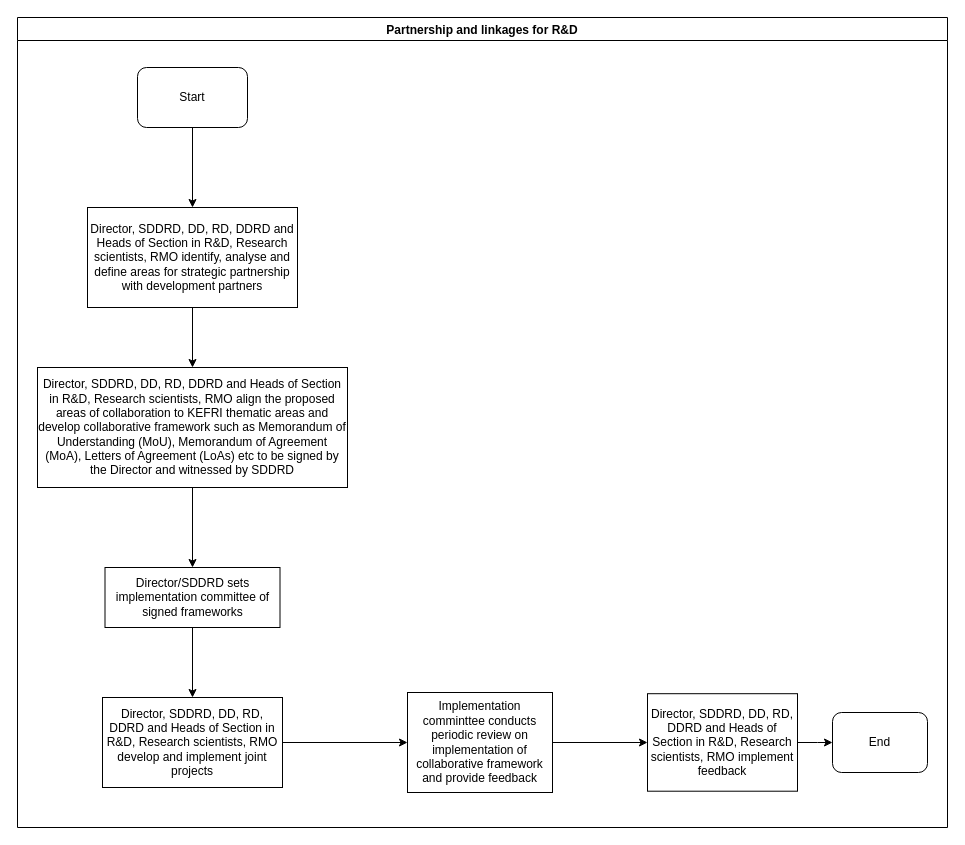
This is KEFRI-R&D-Partnership and linkages for R&D.drawio from kmagua/flowcharts, a draw.io file, before an edit. Source tidied: cells renumbered, new cells numbered last; positions are measured from the earlier drawing's top-left corner, leaving out a move shared by most shapes. Both pictures are drawn from the tidied source at 100%, with x=0, y=0 at pixel (17, 17).
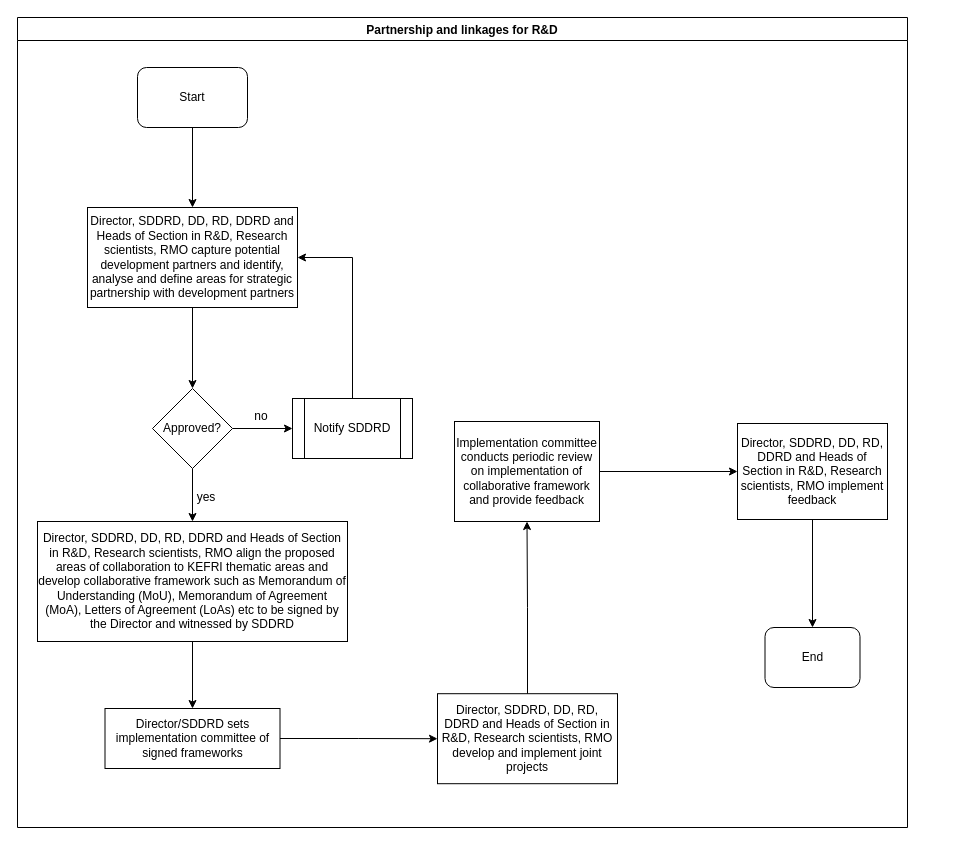
The same page after the edit.

Change to the diagram source:
```diff
@@
     <mxCell id="2" value="Partnership and linkages for R&amp;D" style="swimlane;" parent="1" vertex="1">
-      <mxGeometry width="930" height="810" as="geometry" />
+      <mxGeometry width="890" height="810" as="geometry" />
     </mxCell>
@@
-    <mxCell id="4" value="Director, SDDRD, DD, RD, DDRD and Heads of Section in R&amp;amp;D, Research scientists, RMO identify, analyse and define areas for strategic partnership with development partners" style="rounded=0;whiteSpace=wrap;html=1;" parent="2" vertex="1">
+    <mxCell id="4" value="Director, SDDRD, DD, RD, DDRD and Heads of Section in R&amp;amp;D, Research scientists, RMO capture potential development partners and identify, analyse and define areas for strategic partnership with development partners" style="rounded=0;whiteSpace=wrap;html=1;" parent="2" vertex="1">
       <mxGeometry x="70" y="190" width="210" height="100" as="geometry" />
     </mxCell>
@@
     <mxCell id="6" value="Director, SDDRD, DD, RD, DDRD and Heads of Section in R&amp;amp;D, Research scientists, RMO align the proposed areas of collaboration to KEFRI thematic areas and develop collaborative framework such as Memorandum of Understanding (MoU), Memorandum of Agreement (MoA), Letters of Agreement (LoAs) etc to be signed by the Director and witnessed by SDDRD" style="whiteSpace=wrap;html=1;rounded=0;" parent="2" vertex="1">
-      <mxGeometry x="20" y="350" width="310" height="120" as="geometry" />
+      <mxGeometry x="20" y="504" width="310" height="120" as="geometry" />
     </mxCell>
-    <mxCell id="7" style="edgeStyle=orthogonalEdgeStyle;rounded=0;jettySize=auto;html=1;" parent="2" edge="1" source="4" target="6">
-      <mxGeometry relative="1" as="geometry" />
-    </mxCell>
     <mxCell id="8" value="Director/SDDRD sets implementation committee of signed frameworks" style="whiteSpace=wrap;html=1;rounded=0;" parent="2" vertex="1">
-      <mxGeometry x="87.5" y="550" width="175" height="60" as="geometry" />
+      <mxGeometry x="87.5" y="691" width="175" height="60" as="geometry" />
     </mxCell>
@@
     <mxCell id="10" value="Director, SDDRD, DD, RD, DDRD and Heads of Section in R&amp;amp;D, Research scientists, RMO develop and implement joint projects" style="whiteSpace=wrap;html=1;rounded=0;" parent="2" vertex="1">
-      <mxGeometry x="85" y="680" width="180" height="90" as="geometry" />
+      <mxGeometry x="420" y="676.2" width="180" height="90" as="geometry" />
     </mxCell>
@@
-    <mxCell id="12" value="Implementation comminttee conducts periodic review on implementation of collaborative framework and provide feedback" style="whiteSpace=wrap;html=1;rounded=0;" parent="2" vertex="1">
-      <mxGeometry x="390" y="675" width="145" height="100" as="geometry" />
+    <mxCell id="12" value="Implementation committee conducts periodic review on implementation of collaborative framework and provide feedback" style="whiteSpace=wrap;html=1;rounded=0;" parent="2" vertex="1">
+      <mxGeometry x="437" y="404" width="145" height="100" as="geometry" />
     </mxCell>
@@
     <mxCell id="14" value="Director, SDDRD, DD, RD, DDRD and Heads of Section in R&amp;amp;D, Research scientists, RMO implement feedback " style="whiteSpace=wrap;html=1;rounded=0;" parent="2" vertex="1">
-      <mxGeometry x="630" y="676.2" width="150" height="97.5" as="geometry" />
+      <mxGeometry x="720" y="406" width="150" height="96" as="geometry" />
     </mxCell>
@@
+    <mxCell id="18" value="yes" style="text;html=1;strokeColor=none;fillColor=none;align=center;verticalAlign=middle;whiteSpace=wrap;rounded=0;" parent="2" vertex="1">
+      <mxGeometry x="169" y="470" width="40" height="20" as="geometry" />
+    </mxCell>
+    <mxCell id="17" value="End" style="rounded=1;whiteSpace=wrap;html=1;" parent="2" vertex="1">
+      <mxGeometry x="747.5" y="610" width="95" height="60" as="geometry" />
+    </mxCell>
-    <mxCell id="16" style="edgeStyle=orthogonalEdgeStyle;rounded=0;jettySize=auto;html=1;" parent="1" edge="1" source="14" target="17">
+    <mxCell id="16" style="edgeStyle=orthogonalEdgeStyle;rounded=0;jettySize=auto;html=1;" parent="2" edge="1" source="14" target="17">
       <mxGeometry relative="1" as="geometry" />
     </mxCell>
-    <mxCell id="17" value="End" style="rounded=1;whiteSpace=wrap;html=1;" parent="1" vertex="1">
-      <mxGeometry x="815" y="695" width="95" height="60" as="geometry" />
-    </mxCell>
+    <mxCell id="19" value="no" style="text;html=1;strokeColor=none;fillColor=none;align=center;verticalAlign=middle;whiteSpace=wrap;rounded=0;" parent="2" vertex="1">
+      <mxGeometry x="224" y="389" width="40" height="20" as="geometry" />
+    </mxCell>
+    <mxCell id="20" style="edgeStyle=orthogonalEdgeStyle;rounded=0;jettySize=auto;html=1;entryX=0.5;entryY=0;entryDx=0;entryDy=0;" parent="1" edge="1" source="22" target="6">
+      <mxGeometry relative="1" as="geometry" />
+    </mxCell>
+    <mxCell id="21" style="edgeStyle=orthogonalEdgeStyle;rounded=0;jettySize=auto;html=1;" parent="1" edge="1" source="22" target="25">
+      <mxGeometry relative="1" as="geometry" />
+    </mxCell>
+    <mxCell id="22" value="Approved?" style="rhombus;whiteSpace=wrap;html=1;rounded=0;" parent="1" vertex="1">
+      <mxGeometry x="135" y="371" width="80" height="80" as="geometry" />
+    </mxCell>
+    <mxCell id="23" style="edgeStyle=orthogonalEdgeStyle;rounded=0;jettySize=auto;html=1;" parent="1" edge="1" source="4" target="22">
+      <mxGeometry relative="1" as="geometry" />
+    </mxCell>
+    <mxCell id="24" style="edgeStyle=orthogonalEdgeStyle;rounded=0;jettySize=auto;html=1;entryX=1;entryY=0.5;entryDx=0;entryDy=0;" parent="1" edge="1" source="25" target="4">
+      <mxGeometry relative="1" as="geometry" />
+    </mxCell>
+    <mxCell id="25" value="Notify SDDRD" style="shape=process;whiteSpace=wrap;html=1;backgroundOutline=1;rounded=0;" parent="1" vertex="1">
+      <mxGeometry x="275" y="381" width="120" height="60" as="geometry" />
+    </mxCell>
```
